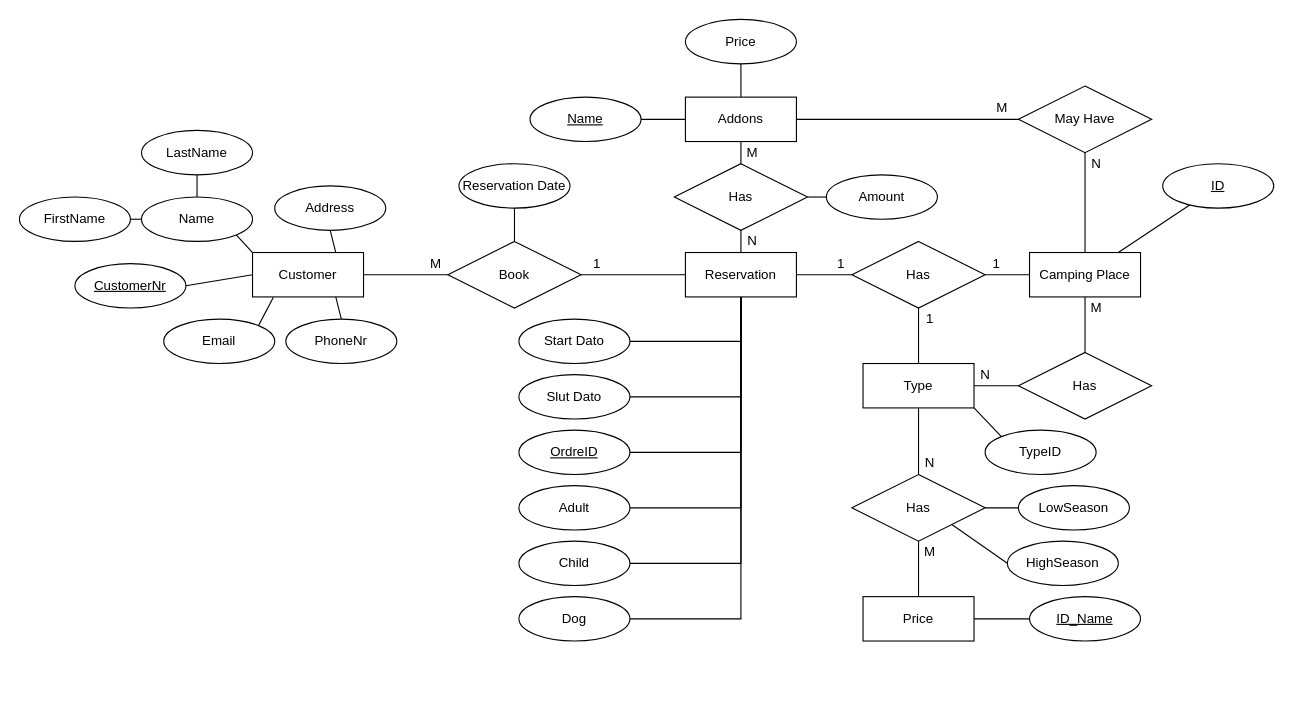
This is ZAPWebsite/Dokumentation/ER.drawio from Sandell390/ZAPWebsite, a draw.io file, before an edit. Source tidied: cells renumbered, new cells numbered last; positions are measured from the earlier drawing's top-left corner, leaving out a move shared by most shapes. Both pictures are drawn from the tidied source at 111%, with x=0, y=0 at pixel (19, 19).
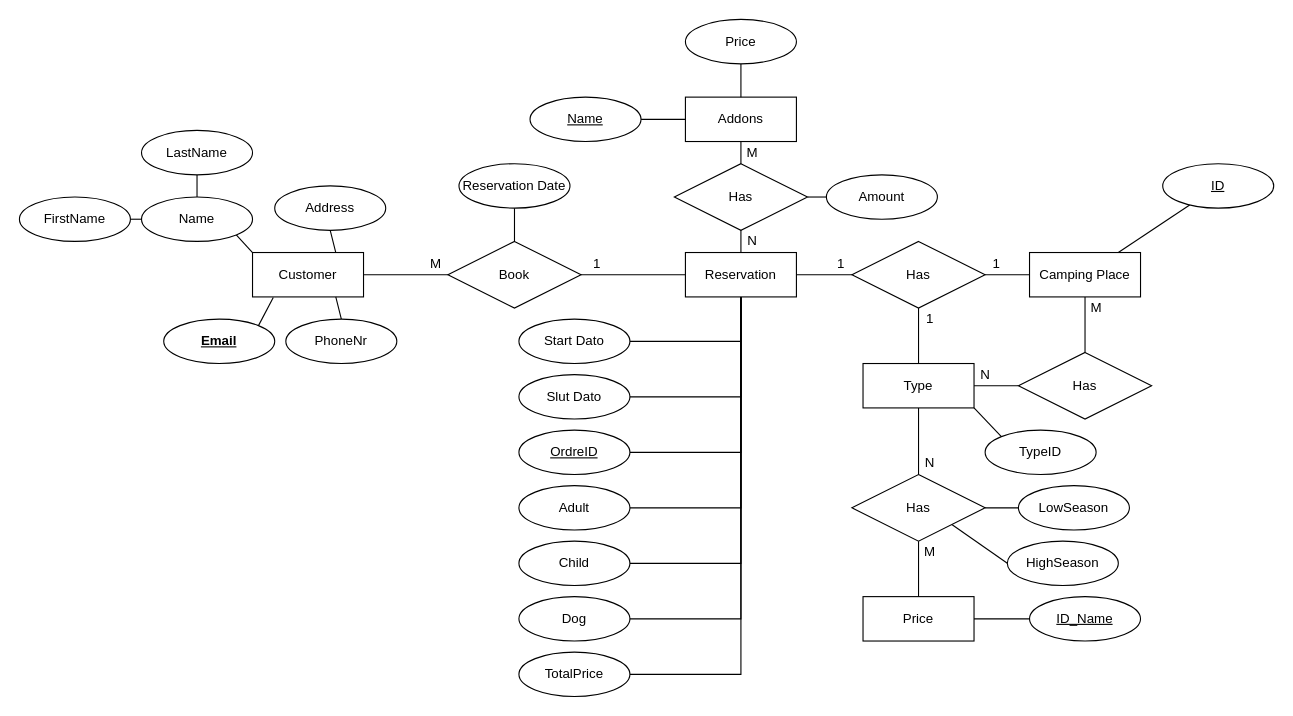
The same diagram, later.

The change refers to these unchanged cells:
```xml
<mxCell id="5" value="Customer" style="whiteSpace=wrap;html=1;align=center;" parent="1" vertex="1">
  <mxGeometry x="210" y="210" width="100" height="40" as="geometry" />
</mxCell>
<mxCell id="19" value="Camping Place" style="whiteSpace=wrap;html=1;align=center;" parent="1" vertex="1">
  <mxGeometry x="910" y="210" width="100" height="40" as="geometry" />
</mxCell>
<mxCell id="37" value="Addons" style="whiteSpace=wrap;html=1;align=center;" parent="1" vertex="1">
  <mxGeometry x="600" y="70" width="100" height="40" as="geometry" />
</mxCell>
<mxCell id="41" value="Reservation" style="whiteSpace=wrap;html=1;align=center;" parent="1" vertex="1">
  <mxGeometry x="600" y="210" width="100" height="40" as="geometry" />
</mxCell>
```

Diff of the diagram source:
```diff
@@
-    <mxCell id="10" style="edgeStyle=none;rounded=0;jettySize=auto;html=1;exitX=1;exitY=0.5;exitDx=0;exitDy=0;entryX=0;entryY=0.5;entryDx=0;entryDy=0;endArrow=none;endFill=0;" parent="1" edge="1" source="11" target="5">
-      <mxGeometry relative="1" as="geometry" />
-    </mxCell>
-    <mxCell id="11" value="&lt;u&gt;CustomerNr&lt;/u&gt;" style="ellipse;whiteSpace=wrap;html=1;align=center;" parent="1" vertex="1">
-      <mxGeometry x="50" y="220" width="100" height="40" as="geometry" />
-    </mxCell>
@@
-    <mxCell id="15" value="Email" style="ellipse;whiteSpace=wrap;html=1;align=center;" parent="1" vertex="1">
+    <mxCell id="15" value="&lt;b&gt;&lt;u&gt;Email&lt;/u&gt;&lt;/b&gt;" style="ellipse;whiteSpace=wrap;html=1;align=center;" parent="1" vertex="1">
       <mxGeometry x="130" y="270" width="100" height="40" as="geometry" />
     </mxCell>
@@
-    <mxCell id="50" style="edgeStyle=none;rounded=0;jettySize=auto;html=1;exitX=0.5;exitY=1;exitDx=0;exitDy=0;entryX=0.5;entryY=0;entryDx=0;entryDy=0;endArrow=none;endFill=0;" parent="1" edge="1" source="52" target="19">
-      <mxGeometry relative="1" as="geometry" />
-    </mxCell>
-    <mxCell id="51" style="edgeStyle=none;rounded=0;jettySize=auto;html=1;exitX=0;exitY=0.5;exitDx=0;exitDy=0;entryX=1;entryY=0.5;entryDx=0;entryDy=0;endArrow=none;endFill=0;" parent="1" edge="1" source="52" target="37">
-      <mxGeometry relative="1" as="geometry" />
-    </mxCell>
-    <mxCell id="52" value="May Have" style="shape=rhombus;perimeter=rhombusPerimeter;whiteSpace=wrap;html=1;align=center;" parent="1" vertex="1">
-      <mxGeometry x="900" y="60" width="120" height="60" as="geometry" />
-    </mxCell>
@@
-    <mxCell id="68" value="M" style="text;html=1;align=center;verticalAlign=middle;strokeColor=none;" parent="1" vertex="1">
-      <mxGeometry x="870" y="70" width="30" height="20" as="geometry" />
-    </mxCell>
-    <mxCell id="69" value="N" style="text;html=1;align=center;verticalAlign=middle;strokeColor=none;" parent="1" vertex="1">
-      <mxGeometry x="960" y="120" width="20" height="20" as="geometry" />
-    </mxCell>
@@
+    <mxCell id="84" style="edgeStyle=orthogonalEdgeStyle;rounded=0;jettySize=auto;html=1;exitX=1;exitY=0.5;exitDx=0;exitDy=0;entryX=0.5;entryY=1;entryDx=0;entryDy=0;endArrow=none;endFill=0;" parent="1" edge="1" source="85" target="41">
+      <mxGeometry relative="1" as="geometry" />
+    </mxCell>
+    <mxCell id="85" value="TotalPrice" style="ellipse;whiteSpace=wrap;html=1;align=center;" parent="1" vertex="1">
+      <mxGeometry x="450" y="570" width="100" height="40" as="geometry" />
+    </mxCell>
```
